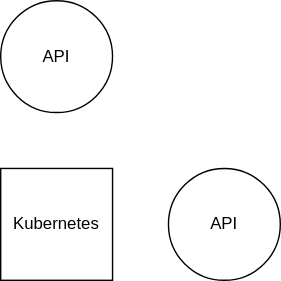
Earlier version of the draw.io export wiki/images/Test.svg (IndustryFusion/DigitalTwin). Source tidied: cells renumbered, new cells last; positions are measured from the earlier drawing's top-left corner, leaving out a move shared by most shapes.
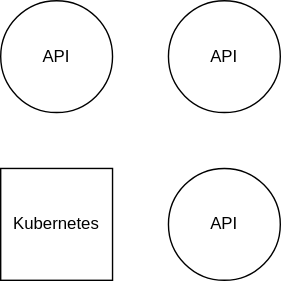
After the commit.

Change to the diagram source:
```diff
@@ -11,5 +11,8 @@
     <mxCell id="4" value="API" style="ellipse;whiteSpace=wrap;html=1;" parent="1" vertex="1">
       <mxGeometry x="120" y="120" width="80" height="80" as="geometry" />
     </mxCell>
+    <mxCell id="5" value="API" style="ellipse;whiteSpace=wrap;html=1;" parent="1" vertex="1">
+      <mxGeometry x="120" width="80" height="80" as="geometry" />
+    </mxCell>
   </root>
 </mxGraphModel>
```
